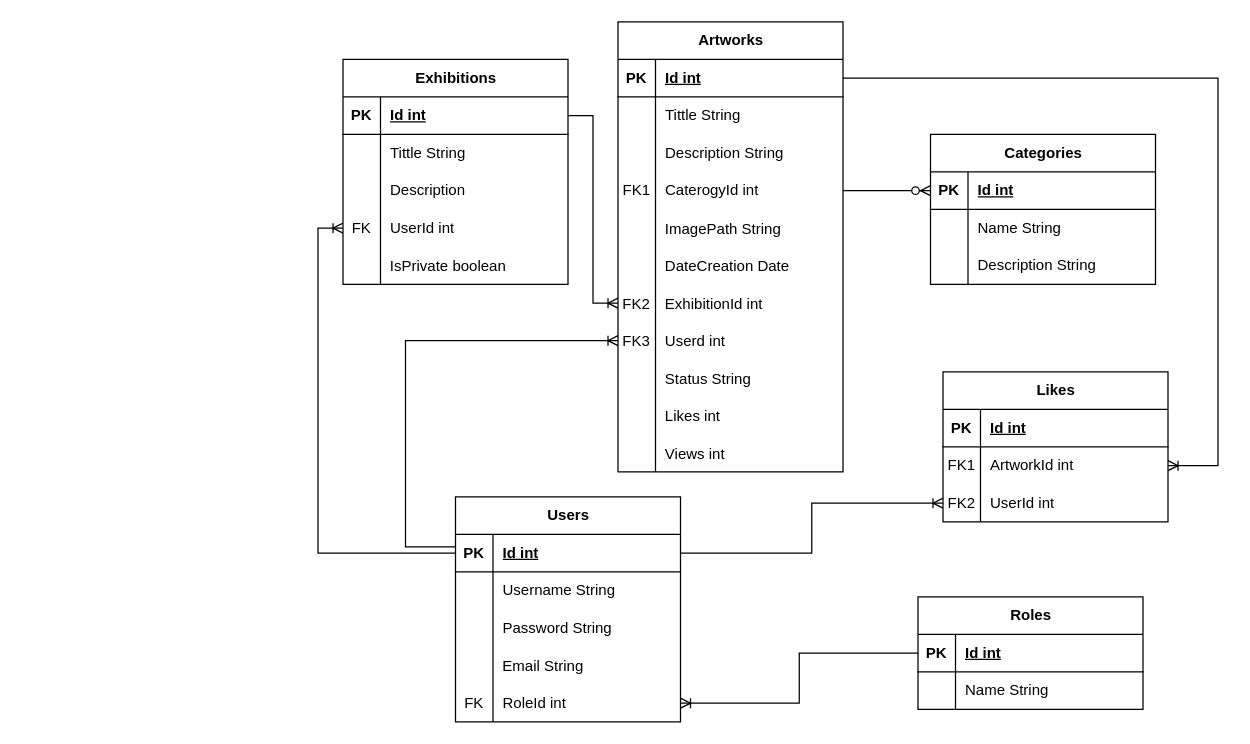
ShutovaTE/VAG-Java keeps this draw.io diagram as Диаграммы/ER-диаграмма.drawio. Above is the earlier version. Source tidied: cells renumbered, new cells numbered last; positions are measured from the earlier drawing's top-left corner, leaving out a move shared by most shapes. Both pictures are drawn from the tidied source at 125%, with x=0, y=0 at pixel (318, 21).
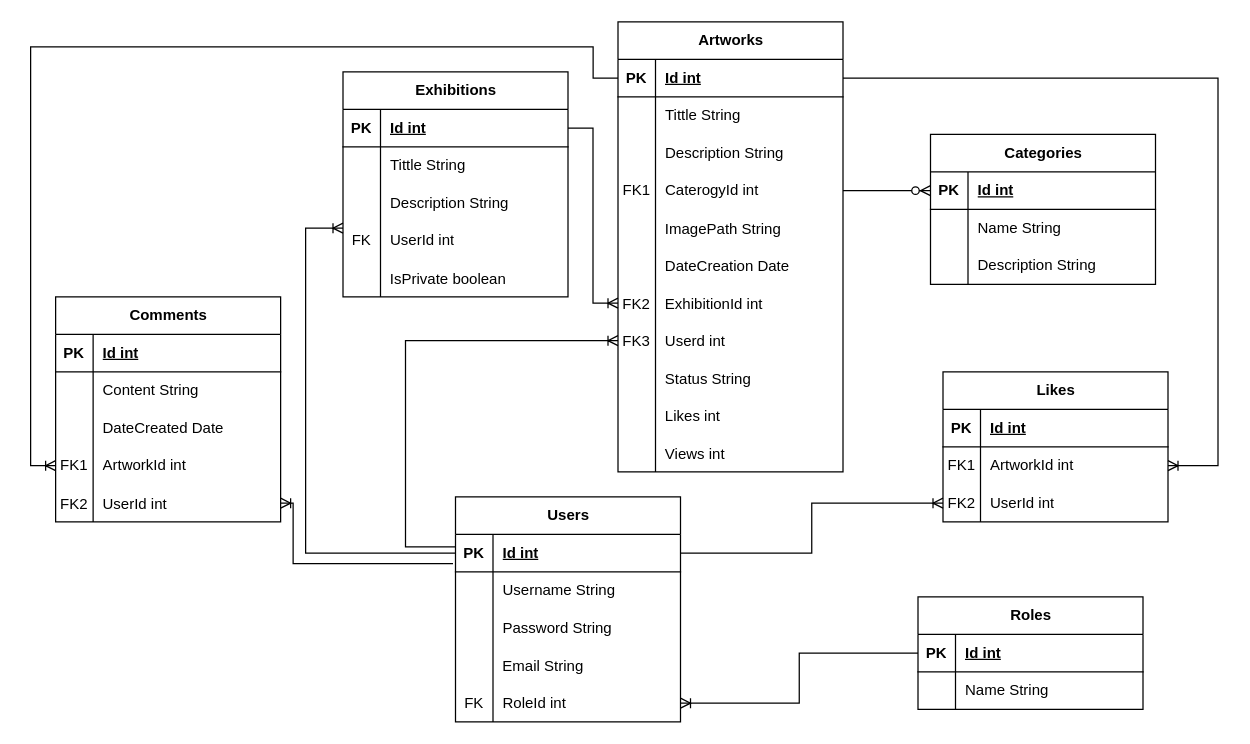
After the change.

Commit message (it also covers changes not shown here):
Исправленная диаграмма

Unchanged cells that the change refers to:
```xml
<mxCell id="3" style="shape=tableRow;horizontal=0;startSize=0;swimlaneHead=0;swimlaneBody=0;fillColor=none;points=[[0,0.5],[1,0.5]];portConstraint=eastwest;top=0;left=0;right=0;bottom=1;" parent="2" vertex="1">
  <mxGeometry y="30" width="180" height="30" as="geometry" />
</mxCell>
<mxCell id="43" style="shape=tableRow;horizontal=0;startSize=0;swimlaneHead=0;swimlaneBody=0;fillColor=none;top=0;left=0;right=0;bottom=0;" parent="36" vertex="1">
  <mxGeometry y="90" width="180" height="30" as="geometry" />
</mxCell>
<mxCell id="46" style="shape=tableRow;horizontal=0;startSize=0;swimlaneHead=0;swimlaneBody=0;fillColor=none;points=[[0,0.5],[1,0.5]];portConstraint=eastwest;top=0;left=0;right=0;bottom=0;" parent="36" vertex="1">
  <mxGeometry y="120" width="180" height="30" as="geometry" />
</mxCell>
<mxCell id="80" style="shape=tableRow;horizontal=0;startSize=0;swimlaneHead=0;swimlaneBody=0;fillColor=none;points=[[0,0.5],[1,0.5]];portConstraint=eastwest;top=0;left=0;right=0;bottom=1;" parent="79" vertex="1">
  <mxGeometry y="30" width="180" height="30" as="geometry" />
</mxCell>
```

The edit, as a diff of the source:
```diff
@@
     <mxCell id="36" value="Exhibitions" style="shape=table;startSize=30;childLayout=tableLayout;rowLines=0;fontStyle=1;align=center;html=1;" parent="1" vertex="1">
-      <mxGeometry x="19.9" y="30" width="180" height="180" as="geometry" />
+      <mxGeometry x="19.9" y="40" width="180" height="180" as="geometry" />
     </mxCell>
@@
-    <mxCell id="45" value="Description" style="shape=partialRectangle;fillColor=none;top=0;left=0;bottom=0;right=0;align=left;spacingLeft=6;overflow=hidden;whiteSpace=wrap;html=1;" parent="43" vertex="1">
+    <mxCell id="45" value="Description String" style="shape=partialRectangle;fillColor=none;top=0;left=0;bottom=0;right=0;align=left;spacingLeft=6;overflow=hidden;whiteSpace=wrap;html=1;" parent="43" vertex="1">
       <mxGeometry x="30" width="150" height="30" as="geometry" />
     </mxCell>
@@
     <mxCell id="99" style="edgeStyle=orthogonalEdgeStyle;fontSize=12;html=1;endArrow=ERoneToMany;rounded=0;" parent="1" edge="1" source="80" target="46">
       <mxGeometry relative="1" as="geometry">
         <Array as="points">
-          <mxPoint x="-0.1" y="425" />
-          <mxPoint x="-0.1" y="165" />
+          <mxPoint x="-10" y="425" />
+          <mxPoint x="-10" y="165" />
         </Array>
       </mxGeometry>
     </mxCell>
@@
+    <mxCell id="102" value="Comments" style="shape=table;startSize=30;childLayout=tableLayout;rowLines=0;fontStyle=1;align=center;html=1;" parent="1" vertex="1">
+      <mxGeometry x="-210" y="220" width="180" height="180" as="geometry" />
+    </mxCell>
+    <mxCell id="103" style="shape=tableRow;horizontal=0;startSize=0;swimlaneHead=0;swimlaneBody=0;fillColor=none;top=0;left=0;right=0;bottom=1;" parent="102" vertex="1">
+      <mxGeometry y="30" width="180" height="30" as="geometry" />
+    </mxCell>
+    <mxCell id="104" value="PK" style="shape=partialRectangle;fillColor=none;top=0;left=0;bottom=0;right=0;fontStyle=1;overflow=hidden;whiteSpace=wrap;html=1;" parent="103" vertex="1">
+      <mxGeometry width="30" height="30" as="geometry" />
+    </mxCell>
+    <mxCell id="105" value="Id int" style="shape=partialRectangle;fillColor=none;top=0;left=0;bottom=0;right=0;align=left;spacingLeft=6;fontStyle=5;overflow=hidden;whiteSpace=wrap;html=1;" parent="103" vertex="1">
+      <mxGeometry x="30" width="150" height="30" as="geometry" />
+    </mxCell>
+    <mxCell id="106" style="shape=tableRow;horizontal=0;startSize=0;swimlaneHead=0;swimlaneBody=0;fillColor=none;top=0;left=0;right=0;bottom=0;" parent="102" vertex="1">
+      <mxGeometry y="60" width="180" height="30" as="geometry" />
+    </mxCell>
+    <mxCell id="107" style="shape=partialRectangle;fillColor=none;top=0;left=0;bottom=0;right=0;overflow=hidden;whiteSpace=wrap;html=1;" parent="106" vertex="1">
+      <mxGeometry width="30" height="30" as="geometry" />
+    </mxCell>
+    <mxCell id="108" value="Content String" style="shape=partialRectangle;fillColor=none;top=0;left=0;bottom=0;right=0;align=left;spacingLeft=6;overflow=hidden;whiteSpace=wrap;html=1;" parent="106" vertex="1">
+      <mxGeometry x="30" width="150" height="30" as="geometry" />
+    </mxCell>
+    <mxCell id="109" style="shape=tableRow;horizontal=0;startSize=0;swimlaneHead=0;swimlaneBody=0;fillColor=none;top=0;left=0;right=0;bottom=0;" parent="102" vertex="1">
+      <mxGeometry y="90" width="180" height="30" as="geometry" />
+    </mxCell>
+    <mxCell id="110" style="shape=partialRectangle;fillColor=none;top=0;left=0;bottom=0;right=0;overflow=hidden;whiteSpace=wrap;html=1;" parent="109" vertex="1">
+      <mxGeometry width="30" height="30" as="geometry" />
+    </mxCell>
+    <mxCell id="111" value="DateCreated Date" style="shape=partialRectangle;fillColor=none;top=0;left=0;bottom=0;right=0;align=left;spacingLeft=6;overflow=hidden;whiteSpace=wrap;html=1;" parent="109" vertex="1">
+      <mxGeometry x="30" width="150" height="30" as="geometry" />
+    </mxCell>
+    <mxCell id="112" style="shape=tableRow;horizontal=0;startSize=0;swimlaneHead=0;swimlaneBody=0;fillColor=none;points=[[0,0.5],[1,0.5]];portConstraint=eastwest;top=0;left=0;right=0;bottom=0;" parent="102" vertex="1">
+      <mxGeometry y="120" width="180" height="30" as="geometry" />
+    </mxCell>
+    <mxCell id="113" value="FK1" style="shape=partialRectangle;fillColor=none;top=0;left=0;bottom=0;right=0;overflow=hidden;whiteSpace=wrap;html=1;" parent="112" vertex="1">
+      <mxGeometry width="30" height="30" as="geometry" />
+    </mxCell>
+    <mxCell id="114" value="ArtworkId int" style="shape=partialRectangle;fillColor=none;top=0;left=0;bottom=0;right=0;align=left;spacingLeft=6;overflow=hidden;whiteSpace=wrap;html=1;" parent="112" vertex="1">
+      <mxGeometry x="30" width="150" height="30" as="geometry" />
+    </mxCell>
+    <mxCell id="115" style="shape=tableRow;horizontal=0;startSize=0;swimlaneHead=0;swimlaneBody=0;fillColor=none;points=[[0,0.5],[1,0.5]];portConstraint=eastwest;top=0;left=0;right=0;bottom=0;" parent="102" vertex="1">
+      <mxGeometry y="150" width="180" height="30" as="geometry" />
+    </mxCell>
+    <mxCell id="116" value="FK2" style="shape=partialRectangle;fillColor=none;top=0;left=0;bottom=0;right=0;overflow=hidden;" parent="115" vertex="1">
+      <mxGeometry width="30" height="30" as="geometry" />
+    </mxCell>
+    <mxCell id="117" value="UserId int" style="shape=partialRectangle;fillColor=none;top=0;left=0;bottom=0;right=0;align=left;spacingLeft=6;overflow=hidden;" parent="115" vertex="1">
+      <mxGeometry x="30" width="150" height="30" as="geometry" />
+    </mxCell>
+    <mxCell id="118" style="edgeStyle=orthogonalEdgeStyle;fontSize=12;html=1;endArrow=ERoneToMany;rounded=0;exitX=0;exitY=0.5;exitDx=0;exitDy=0;" parent="1" edge="1" source="3" target="112">
+      <mxGeometry relative="1" as="geometry">
+        <Array as="points">
+          <mxPoint x="220" y="45" />
+          <mxPoint x="220" y="20" />
+          <mxPoint x="-230" y="20" />
+          <mxPoint x="-230" y="355" />
+        </Array>
+      </mxGeometry>
+    </mxCell>
+    <mxCell id="119" style="edgeStyle=orthogonalEdgeStyle;fontSize=12;html=1;endArrow=ERoneToMany;rounded=0;exitX=-0.011;exitY=0.781;exitDx=0;exitDy=0;exitPerimeter=0;" parent="1" edge="1" source="80" target="115">
+      <mxGeometry relative="1" as="geometry">
+        <Array as="points">
+          <mxPoint x="-20" y="433" />
+          <mxPoint x="-20" y="385" />
+        </Array>
+      </mxGeometry>
+    </mxCell>
```
